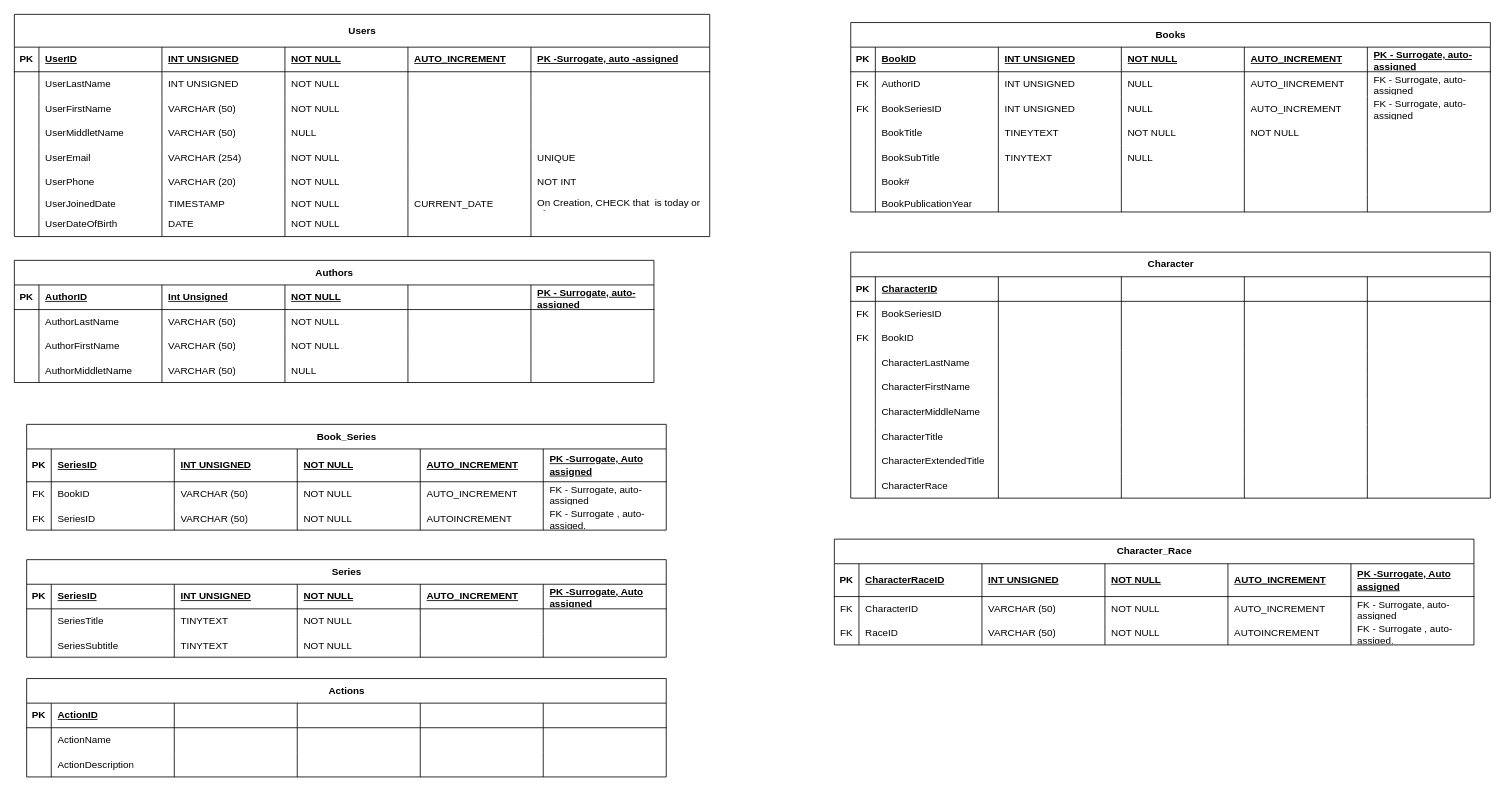
GABarrow/cs273-gail keeps this draw.io diagram as erd/Book_Thems.drawio. Above is the earlier version. Source tidied: cells renumbered, new cells numbered last; positions are measured from the earlier drawing's top-left corner, leaving out a move shared by most shapes. Both pictures are drawn from the tidied source at 82%, with x=0, y=0 at pixel (14, 14).
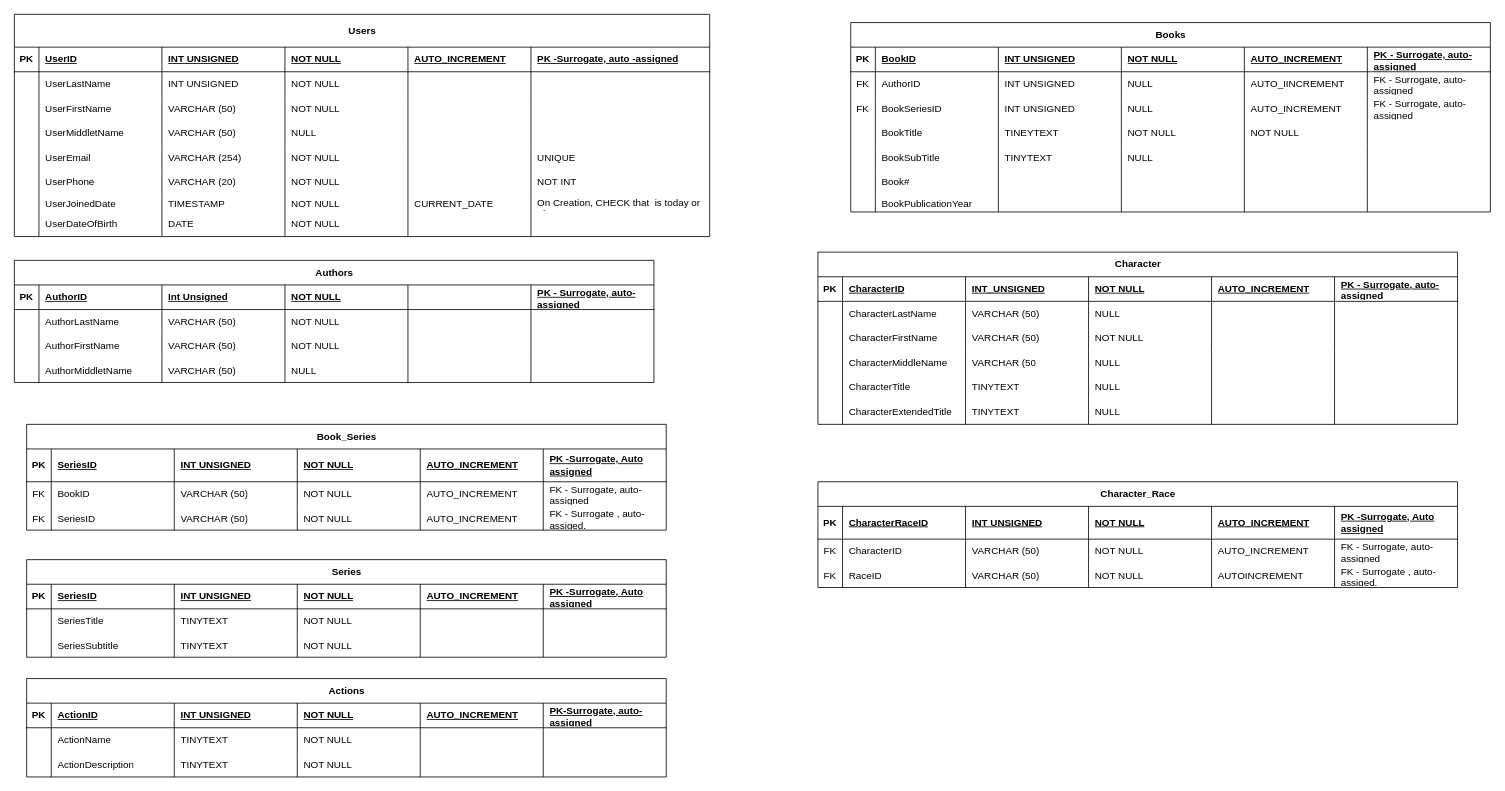
The same page after the edit.

Unchanged cells that the change refers to:
```xml
<mxCell id="161" style="shape=tableRow;horizontal=0;startSize=0;swimlaneHead=0;swimlaneBody=0;fillColor=none;top=0;left=0;right=0;bottom=1;" parent="160" vertex="1">
  <mxGeometry y="30" width="780" height="30" as="geometry" />
</mxCell>
<mxCell id="225" style="shape=tableRow;horizontal=0;startSize=0;swimlaneHead=0;swimlaneBody=0;fillColor=none;top=0;left=0;right=0;bottom=1;" parent="224" vertex="1">
  <mxGeometry y="30" width="780" height="30" as="geometry" />
</mxCell>
<mxCell id="232" style="shape=tableRow;horizontal=0;startSize=0;swimlaneHead=0;swimlaneBody=0;fillColor=none;top=0;left=0;right=0;bottom=0;" parent="224" vertex="1">
  <mxGeometry y="60" width="780" height="30" as="geometry" />
</mxCell>
<mxCell id="239" style="shape=tableRow;horizontal=0;startSize=0;swimlaneHead=0;swimlaneBody=0;fillColor=none;top=0;left=0;right=0;bottom=0;" parent="224" vertex="1">
  <mxGeometry y="90" width="780" height="30" as="geometry" />
</mxCell>
<mxCell id="283" style="shape=tableRow;horizontal=0;startSize=0;swimlaneHead=0;swimlaneBody=0;fillColor=none;top=0;left=0;right=0;bottom=0;" parent="268" vertex="1">
  <mxGeometry y="100" width="780" height="29" as="geometry" />
</mxCell>
```

Diff of the diagram source:
```diff
@@
     <mxCell id="160" value="Character" style="shape=table;startSize=30;childLayout=tableLayout;rowLines=0;fontStyle=1;align=center;html=1;" parent="1" vertex="1">
-      <mxGeometry x="1020" y="290" width="780" height="300" as="geometry" />
+      <mxGeometry x="980" y="290" width="780" height="210" as="geometry" />
     </mxCell>
@@
-    <mxCell id="164" style="shape=partialRectangle;fillColor=none;top=0;left=0;bottom=0;right=0;align=left;spacingLeft=6;fontStyle=5;overflow=hidden;whiteSpace=wrap;html=1;" parent="161" vertex="1">
+    <mxCell id="164" value="INT_UNSIGNED" style="shape=partialRectangle;fillColor=none;top=0;left=0;bottom=0;right=0;align=left;spacingLeft=6;fontStyle=5;overflow=hidden;whiteSpace=wrap;html=1;" parent="161" vertex="1">
       <mxGeometry x="180" width="150" height="30" as="geometry" />
     </mxCell>
-    <mxCell id="165" style="shape=partialRectangle;fillColor=none;top=0;left=0;bottom=0;right=0;align=left;spacingLeft=6;fontStyle=5;overflow=hidden;whiteSpace=wrap;html=1;" parent="161" vertex="1">
+    <mxCell id="165" value="NOT NULL" style="shape=partialRectangle;fillColor=none;top=0;left=0;bottom=0;right=0;align=left;spacingLeft=6;fontStyle=5;overflow=hidden;whiteSpace=wrap;html=1;" parent="161" vertex="1">
       <mxGeometry x="330" width="150" height="30" as="geometry" />
     </mxCell>
-    <mxCell id="166" style="shape=partialRectangle;fillColor=none;top=0;left=0;bottom=0;right=0;align=left;spacingLeft=6;fontStyle=5;overflow=hidden;whiteSpace=wrap;html=1;" parent="161" vertex="1">
+    <mxCell id="166" value="AUTO_INCREMENT" style="shape=partialRectangle;fillColor=none;top=0;left=0;bottom=0;right=0;align=left;spacingLeft=6;fontStyle=5;overflow=hidden;whiteSpace=wrap;html=1;" parent="161" vertex="1">
       <mxGeometry x="480" width="150" height="30" as="geometry" />
     </mxCell>
-    <mxCell id="167" style="shape=partialRectangle;fillColor=none;top=0;left=0;bottom=0;right=0;align=left;spacingLeft=6;fontStyle=5;overflow=hidden;whiteSpace=wrap;html=1;" parent="161" vertex="1">
+    <mxCell id="167" value="PK - Surrogate, auto-assigned" style="shape=partialRectangle;fillColor=none;top=0;left=0;bottom=0;right=0;align=left;spacingLeft=6;fontStyle=5;overflow=hidden;whiteSpace=wrap;html=1;" parent="161" vertex="1">
       <mxGeometry x="630" width="150" height="30" as="geometry" />
     </mxCell>
-    <mxCell id="168" style="shape=tableRow;horizontal=0;startSize=0;swimlaneHead=0;swimlaneBody=0;fillColor=none;top=0;left=0;right=0;bottom=0;" parent="160" vertex="1">
-      <mxGeometry y="60" width="780" height="30" as="geometry" />
-    </mxCell>
-    <mxCell id="169" value="FK" style="shape=partialRectangle;fillColor=none;top=0;left=0;bottom=0;right=0;overflow=hidden;whiteSpace=wrap;html=1;" parent="168" vertex="1">
-      <mxGeometry width="30" height="30" as="geometry" />
-    </mxCell>
-    <mxCell id="170" value="BookSeriesID" style="shape=partialRectangle;fillColor=none;top=0;left=0;bottom=0;right=0;align=left;spacingLeft=6;overflow=hidden;whiteSpace=wrap;html=1;" parent="168" vertex="1">
-      <mxGeometry x="30" width="150" height="30" as="geometry" />
-    </mxCell>
-    <mxCell id="171" style="shape=partialRectangle;fillColor=none;top=0;left=0;bottom=0;right=0;align=left;spacingLeft=6;overflow=hidden;whiteSpace=wrap;html=1;" parent="168" vertex="1">
-      <mxGeometry x="180" width="150" height="30" as="geometry" />
-    </mxCell>
-    <mxCell id="172" style="shape=partialRectangle;fillColor=none;top=0;left=0;bottom=0;right=0;align=left;spacingLeft=6;overflow=hidden;whiteSpace=wrap;html=1;" parent="168" vertex="1">
-      <mxGeometry x="330" width="150" height="30" as="geometry" />
-    </mxCell>
-    <mxCell id="173" style="shape=partialRectangle;fillColor=none;top=0;left=0;bottom=0;right=0;align=left;spacingLeft=6;overflow=hidden;whiteSpace=wrap;html=1;" parent="168" vertex="1">
-      <mxGeometry x="480" width="150" height="30" as="geometry" />
-    </mxCell>
-    <mxCell id="174" style="shape=partialRectangle;fillColor=none;top=0;left=0;bottom=0;right=0;align=left;spacingLeft=6;overflow=hidden;whiteSpace=wrap;html=1;" parent="168" vertex="1">
-      <mxGeometry x="630" width="150" height="30" as="geometry" />
-    </mxCell>
-    <mxCell id="175" style="shape=tableRow;horizontal=0;startSize=0;swimlaneHead=0;swimlaneBody=0;fillColor=none;top=0;left=0;right=0;bottom=0;" parent="160" vertex="1">
-      <mxGeometry y="90" width="780" height="30" as="geometry" />
-    </mxCell>
-    <mxCell id="176" value="FK" style="shape=partialRectangle;fillColor=none;top=0;left=0;bottom=0;right=0;overflow=hidden;whiteSpace=wrap;html=1;" parent="175" vertex="1">
-      <mxGeometry width="30" height="30" as="geometry" />
-    </mxCell>
-    <mxCell id="177" value="BookID" style="shape=partialRectangle;fillColor=none;top=0;left=0;bottom=0;right=0;align=left;spacingLeft=6;overflow=hidden;whiteSpace=wrap;html=1;" parent="175" vertex="1">
-      <mxGeometry x="30" width="150" height="30" as="geometry" />
-    </mxCell>
-    <mxCell id="178" style="shape=partialRectangle;fillColor=none;top=0;left=0;bottom=0;right=0;align=left;spacingLeft=6;overflow=hidden;whiteSpace=wrap;html=1;" parent="175" vertex="1">
-      <mxGeometry x="180" width="150" height="30" as="geometry" />
-    </mxCell>
-    <mxCell id="179" style="shape=partialRectangle;fillColor=none;top=0;left=0;bottom=0;right=0;align=left;spacingLeft=6;overflow=hidden;whiteSpace=wrap;html=1;" parent="175" vertex="1">
-      <mxGeometry x="330" width="150" height="30" as="geometry" />
-    </mxCell>
-    <mxCell id="180" style="shape=partialRectangle;fillColor=none;top=0;left=0;bottom=0;right=0;align=left;spacingLeft=6;overflow=hidden;whiteSpace=wrap;html=1;" parent="175" vertex="1">
-      <mxGeometry x="480" width="150" height="30" as="geometry" />
-    </mxCell>
-    <mxCell id="181" style="shape=partialRectangle;fillColor=none;top=0;left=0;bottom=0;right=0;align=left;spacingLeft=6;overflow=hidden;whiteSpace=wrap;html=1;" parent="175" vertex="1">
-      <mxGeometry x="630" width="150" height="30" as="geometry" />
-    </mxCell>
     <mxCell id="182" style="shape=tableRow;horizontal=0;startSize=0;swimlaneHead=0;swimlaneBody=0;fillColor=none;top=0;left=0;right=0;bottom=0;" parent="160" vertex="1">
-      <mxGeometry y="120" width="780" height="30" as="geometry" />
+      <mxGeometry y="60" width="780" height="30" as="geometry" />
     </mxCell>
@@
-    <mxCell id="185" style="shape=partialRectangle;fillColor=none;top=0;left=0;bottom=0;right=0;align=left;spacingLeft=6;overflow=hidden;whiteSpace=wrap;html=1;" parent="182" vertex="1">
+    <mxCell id="185" value="VARCHAR (50)" style="shape=partialRectangle;fillColor=none;top=0;left=0;bottom=0;right=0;align=left;spacingLeft=6;overflow=hidden;whiteSpace=wrap;html=1;" parent="182" vertex="1">
       <mxGeometry x="180" width="150" height="30" as="geometry" />
     </mxCell>
-    <mxCell id="186" style="shape=partialRectangle;fillColor=none;top=0;left=0;bottom=0;right=0;align=left;spacingLeft=6;overflow=hidden;whiteSpace=wrap;html=1;" parent="182" vertex="1">
+    <mxCell id="186" value="NULL" style="shape=partialRectangle;fillColor=none;top=0;left=0;bottom=0;right=0;align=left;spacingLeft=6;overflow=hidden;whiteSpace=wrap;html=1;" parent="182" vertex="1">
       <mxGeometry x="330" width="150" height="30" as="geometry" />
     </mxCell>
@@
     <mxCell id="189" style="shape=tableRow;horizontal=0;startSize=0;swimlaneHead=0;swimlaneBody=0;fillColor=none;top=0;left=0;right=0;bottom=0;" parent="160" vertex="1">
-      <mxGeometry y="150" width="780" height="30" as="geometry" />
+      <mxGeometry y="90" width="780" height="30" as="geometry" />
     </mxCell>
@@
-    <mxCell id="192" style="shape=partialRectangle;fillColor=none;top=0;left=0;bottom=0;right=0;align=left;spacingLeft=6;overflow=hidden;whiteSpace=wrap;html=1;" parent="189" vertex="1">
+    <mxCell id="192" value="VARCHAR (50)" style="shape=partialRectangle;fillColor=none;top=0;left=0;bottom=0;right=0;align=left;spacingLeft=6;overflow=hidden;whiteSpace=wrap;html=1;" parent="189" vertex="1">
       <mxGeometry x="180" width="150" height="30" as="geometry" />
     </mxCell>
-    <mxCell id="193" style="shape=partialRectangle;fillColor=none;top=0;left=0;bottom=0;right=0;align=left;spacingLeft=6;overflow=hidden;whiteSpace=wrap;html=1;" parent="189" vertex="1">
+    <mxCell id="193" value="NOT NULL" style="shape=partialRectangle;fillColor=none;top=0;left=0;bottom=0;right=0;align=left;spacingLeft=6;overflow=hidden;whiteSpace=wrap;html=1;" parent="189" vertex="1">
       <mxGeometry x="330" width="150" height="30" as="geometry" />
     </mxCell>
@@
     <mxCell id="196" style="shape=tableRow;horizontal=0;startSize=0;swimlaneHead=0;swimlaneBody=0;fillColor=none;top=0;left=0;right=0;bottom=0;" parent="160" vertex="1">
-      <mxGeometry y="180" width="780" height="30" as="geometry" />
+      <mxGeometry y="120" width="780" height="30" as="geometry" />
     </mxCell>
@@
-    <mxCell id="199" style="shape=partialRectangle;fillColor=none;top=0;left=0;bottom=0;right=0;align=left;spacingLeft=6;overflow=hidden;whiteSpace=wrap;html=1;" parent="196" vertex="1">
+    <mxCell id="199" value="VARCHAR (50" style="shape=partialRectangle;fillColor=none;top=0;left=0;bottom=0;right=0;align=left;spacingLeft=6;overflow=hidden;whiteSpace=wrap;html=1;" parent="196" vertex="1">
       <mxGeometry x="180" width="150" height="30" as="geometry" />
     </mxCell>
-    <mxCell id="200" style="shape=partialRectangle;fillColor=none;top=0;left=0;bottom=0;right=0;align=left;spacingLeft=6;overflow=hidden;whiteSpace=wrap;html=1;" parent="196" vertex="1">
+    <mxCell id="200" value="NULL" style="shape=partialRectangle;fillColor=none;top=0;left=0;bottom=0;right=0;align=left;spacingLeft=6;overflow=hidden;whiteSpace=wrap;html=1;" parent="196" vertex="1">
       <mxGeometry x="330" width="150" height="30" as="geometry" />
     </mxCell>
@@
     <mxCell id="203" style="shape=tableRow;horizontal=0;startSize=0;swimlaneHead=0;swimlaneBody=0;fillColor=none;top=0;left=0;right=0;bottom=0;" parent="160" vertex="1">
-      <mxGeometry y="210" width="780" height="30" as="geometry" />
+      <mxGeometry y="150" width="780" height="30" as="geometry" />
     </mxCell>
@@
-    <mxCell id="206" style="shape=partialRectangle;fillColor=none;top=0;left=0;bottom=0;right=0;align=left;spacingLeft=6;overflow=hidden;whiteSpace=wrap;html=1;" parent="203" vertex="1">
+    <mxCell id="206" value="TINYTEXT" style="shape=partialRectangle;fillColor=none;top=0;left=0;bottom=0;right=0;align=left;spacingLeft=6;overflow=hidden;whiteSpace=wrap;html=1;" parent="203" vertex="1">
       <mxGeometry x="180" width="150" height="30" as="geometry" />
     </mxCell>
-    <mxCell id="207" style="shape=partialRectangle;fillColor=none;top=0;left=0;bottom=0;right=0;align=left;spacingLeft=6;overflow=hidden;whiteSpace=wrap;html=1;" parent="203" vertex="1">
+    <mxCell id="207" value="NULL" style="shape=partialRectangle;fillColor=none;top=0;left=0;bottom=0;right=0;align=left;spacingLeft=6;overflow=hidden;whiteSpace=wrap;html=1;" parent="203" vertex="1">
       <mxGeometry x="330" width="150" height="30" as="geometry" />
     </mxCell>
@@
     <mxCell id="210" style="shape=tableRow;horizontal=0;startSize=0;swimlaneHead=0;swimlaneBody=0;fillColor=none;top=0;left=0;right=0;bottom=0;" parent="160" vertex="1">
-      <mxGeometry y="240" width="780" height="30" as="geometry" />
+      <mxGeometry y="180" width="780" height="30" as="geometry" />
     </mxCell>
@@
-    <mxCell id="213" style="shape=partialRectangle;fillColor=none;top=0;left=0;bottom=0;right=0;align=left;spacingLeft=6;overflow=hidden;whiteSpace=wrap;html=1;" parent="210" vertex="1">
+    <mxCell id="213" value="TINYTEXT" style="shape=partialRectangle;fillColor=none;top=0;left=0;bottom=0;right=0;align=left;spacingLeft=6;overflow=hidden;whiteSpace=wrap;html=1;" parent="210" vertex="1">
       <mxGeometry x="180" width="150" height="30" as="geometry" />
     </mxCell>
-    <mxCell id="214" style="shape=partialRectangle;fillColor=none;top=0;left=0;bottom=0;right=0;align=left;spacingLeft=6;overflow=hidden;whiteSpace=wrap;html=1;" parent="210" vertex="1">
+    <mxCell id="214" value="NULL" style="shape=partialRectangle;fillColor=none;top=0;left=0;bottom=0;right=0;align=left;spacingLeft=6;overflow=hidden;whiteSpace=wrap;html=1;" parent="210" vertex="1">
       <mxGeometry x="330" width="150" height="30" as="geometry" />
     </mxCell>
@@
-    <mxCell id="217" style="shape=tableRow;horizontal=0;startSize=0;swimlaneHead=0;swimlaneBody=0;fillColor=none;top=0;left=0;right=0;bottom=0;" parent="160" vertex="1">
-      <mxGeometry y="270" width="780" height="30" as="geometry" />
-    </mxCell>
-    <mxCell id="218" style="shape=partialRectangle;fillColor=none;top=0;left=0;bottom=0;right=0;overflow=hidden;whiteSpace=wrap;html=1;" parent="217" vertex="1">
-      <mxGeometry width="30" height="30" as="geometry" />
-    </mxCell>
-    <mxCell id="219" value="CharacterRace" style="shape=partialRectangle;fillColor=none;top=0;left=0;bottom=0;right=0;align=left;spacingLeft=6;overflow=hidden;whiteSpace=wrap;html=1;" parent="217" vertex="1">
-      <mxGeometry x="30" width="150" height="30" as="geometry" />
-    </mxCell>
-    <mxCell id="220" style="shape=partialRectangle;fillColor=none;top=0;left=0;bottom=0;right=0;align=left;spacingLeft=6;overflow=hidden;whiteSpace=wrap;html=1;" parent="217" vertex="1">
-      <mxGeometry x="180" width="150" height="30" as="geometry" />
-    </mxCell>
-    <mxCell id="221" style="shape=partialRectangle;fillColor=none;top=0;left=0;bottom=0;right=0;align=left;spacingLeft=6;overflow=hidden;whiteSpace=wrap;html=1;" parent="217" vertex="1">
-      <mxGeometry x="330" width="150" height="30" as="geometry" />
-    </mxCell>
-    <mxCell id="222" style="shape=partialRectangle;fillColor=none;top=0;left=0;bottom=0;right=0;align=left;spacingLeft=6;overflow=hidden;whiteSpace=wrap;html=1;" parent="217" vertex="1">
-      <mxGeometry x="480" width="150" height="30" as="geometry" />
-    </mxCell>
-    <mxCell id="223" style="shape=partialRectangle;fillColor=none;top=0;left=0;bottom=0;right=0;align=left;spacingLeft=6;overflow=hidden;whiteSpace=wrap;html=1;" parent="217" vertex="1">
-      <mxGeometry x="630" width="150" height="30" as="geometry" />
-    </mxCell>
@@
-    <mxCell id="228" style="shape=partialRectangle;fillColor=none;top=0;left=0;bottom=0;right=0;align=left;spacingLeft=6;fontStyle=5;overflow=hidden;whiteSpace=wrap;html=1;" parent="225" vertex="1">
+    <mxCell id="228" value="INT UNSIGNED" style="shape=partialRectangle;fillColor=none;top=0;left=0;bottom=0;right=0;align=left;spacingLeft=6;fontStyle=5;overflow=hidden;whiteSpace=wrap;html=1;" parent="225" vertex="1">
       <mxGeometry x="180" width="150" height="30" as="geometry" />
     </mxCell>
-    <mxCell id="229" style="shape=partialRectangle;fillColor=none;top=0;left=0;bottom=0;right=0;align=left;spacingLeft=6;fontStyle=5;overflow=hidden;whiteSpace=wrap;html=1;" parent="225" vertex="1">
+    <mxCell id="229" value="NOT NULL" style="shape=partialRectangle;fillColor=none;top=0;left=0;bottom=0;right=0;align=left;spacingLeft=6;fontStyle=5;overflow=hidden;whiteSpace=wrap;html=1;" parent="225" vertex="1">
       <mxGeometry x="330" width="150" height="30" as="geometry" />
     </mxCell>
-    <mxCell id="230" style="shape=partialRectangle;fillColor=none;top=0;left=0;bottom=0;right=0;align=left;spacingLeft=6;fontStyle=5;overflow=hidden;whiteSpace=wrap;html=1;" parent="225" vertex="1">
+    <mxCell id="230" value="AUTO_INCREMENT" style="shape=partialRectangle;fillColor=none;top=0;left=0;bottom=0;right=0;align=left;spacingLeft=6;fontStyle=5;overflow=hidden;whiteSpace=wrap;html=1;" parent="225" vertex="1">
       <mxGeometry x="480" width="150" height="30" as="geometry" />
     </mxCell>
-    <mxCell id="231" style="shape=partialRectangle;fillColor=none;top=0;left=0;bottom=0;right=0;align=left;spacingLeft=6;fontStyle=5;overflow=hidden;whiteSpace=wrap;html=1;" parent="225" vertex="1">
+    <mxCell id="231" value="PK-Surrogate, auto-assigned" style="shape=partialRectangle;fillColor=none;top=0;left=0;bottom=0;right=0;align=left;spacingLeft=6;fontStyle=5;overflow=hidden;whiteSpace=wrap;html=1;" parent="225" vertex="1">
       <mxGeometry x="630" width="150" height="30" as="geometry" />
     </mxCell>
@@
-    <mxCell id="235" style="shape=partialRectangle;fillColor=none;top=0;left=0;bottom=0;right=0;align=left;spacingLeft=6;overflow=hidden;whiteSpace=wrap;html=1;" parent="232" vertex="1">
+    <mxCell id="235" value="TINYTEXT" style="shape=partialRectangle;fillColor=none;top=0;left=0;bottom=0;right=0;align=left;spacingLeft=6;overflow=hidden;whiteSpace=wrap;html=1;" parent="232" vertex="1">
       <mxGeometry x="180" width="150" height="30" as="geometry" />
     </mxCell>
-    <mxCell id="236" style="shape=partialRectangle;fillColor=none;top=0;left=0;bottom=0;right=0;align=left;spacingLeft=6;overflow=hidden;whiteSpace=wrap;html=1;" parent="232" vertex="1">
+    <mxCell id="236" value="NOT NULL" style="shape=partialRectangle;fillColor=none;top=0;left=0;bottom=0;right=0;align=left;spacingLeft=6;overflow=hidden;whiteSpace=wrap;html=1;" parent="232" vertex="1">
       <mxGeometry x="330" width="150" height="30" as="geometry" />
     </mxCell>
@@
-    <mxCell id="242" style="shape=partialRectangle;fillColor=none;top=0;left=0;bottom=0;right=0;align=left;spacingLeft=6;overflow=hidden;whiteSpace=wrap;html=1;" parent="239" vertex="1">
+    <mxCell id="242" value="TINYTEXT" style="shape=partialRectangle;fillColor=none;top=0;left=0;bottom=0;right=0;align=left;spacingLeft=6;overflow=hidden;whiteSpace=wrap;html=1;" parent="239" vertex="1">
       <mxGeometry x="180" width="150" height="30" as="geometry" />
     </mxCell>
-    <mxCell id="243" style="shape=partialRectangle;fillColor=none;top=0;left=0;bottom=0;right=0;align=left;spacingLeft=6;overflow=hidden;whiteSpace=wrap;html=1;" parent="239" vertex="1">
+    <mxCell id="243" value="NOT NULL" style="shape=partialRectangle;fillColor=none;top=0;left=0;bottom=0;right=0;align=left;spacingLeft=6;overflow=hidden;whiteSpace=wrap;html=1;" parent="239" vertex="1">
       <mxGeometry x="330" width="150" height="30" as="geometry" />
     </mxCell>
@@
     <mxCell id="246" value="Character_Race" style="shape=table;startSize=30;childLayout=tableLayout;rowLines=0;fontStyle=1;align=center;html=1;" parent="1" vertex="1">
-      <mxGeometry x="1000" y="640" width="780" height="129" as="geometry" />
+      <mxGeometry x="980" y="570" width="780" height="129" as="geometry" />
     </mxCell>
@@
-    <mxCell id="288" value="AUTOINCREMENT" style="shape=partialRectangle;fillColor=none;top=0;left=0;bottom=0;right=0;align=left;spacingLeft=6;overflow=hidden;whiteSpace=wrap;html=1;" parent="283" vertex="1">
+    <mxCell id="288" value="AUTO_INCREMENT" style="shape=partialRectangle;fillColor=none;top=0;left=0;bottom=0;right=0;align=left;spacingLeft=6;overflow=hidden;whiteSpace=wrap;html=1;" parent="283" vertex="1">
       <mxGeometry x="480" width="150" height="29" as="geometry" />
     </mxCell>
```
